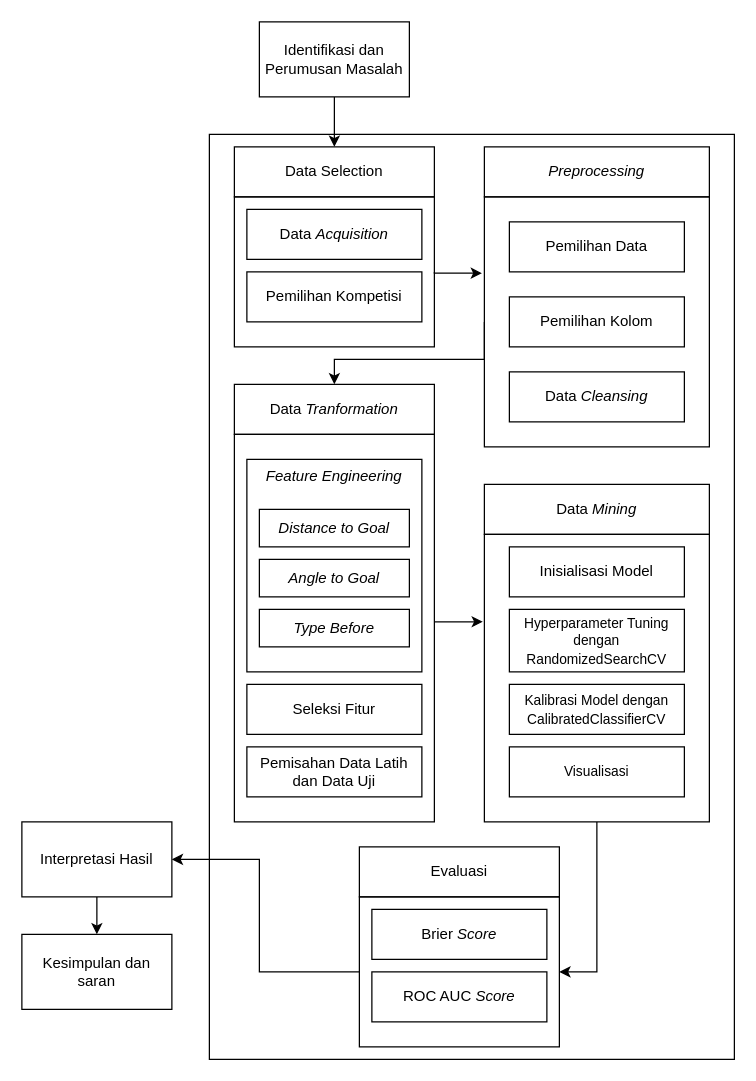
The draw.io diagram diagrams/Tahapan Penelitian.drawio in fadhilra101/skripsi, before the edit. Source tidied: cells renumbered, new cells numbered last; positions are measured from the earlier drawing's top-left corner, leaving out a move shared by most shapes. Both pictures are drawn from the tidied source at 125%, with x=0, y=0 at pixel (21, 21).
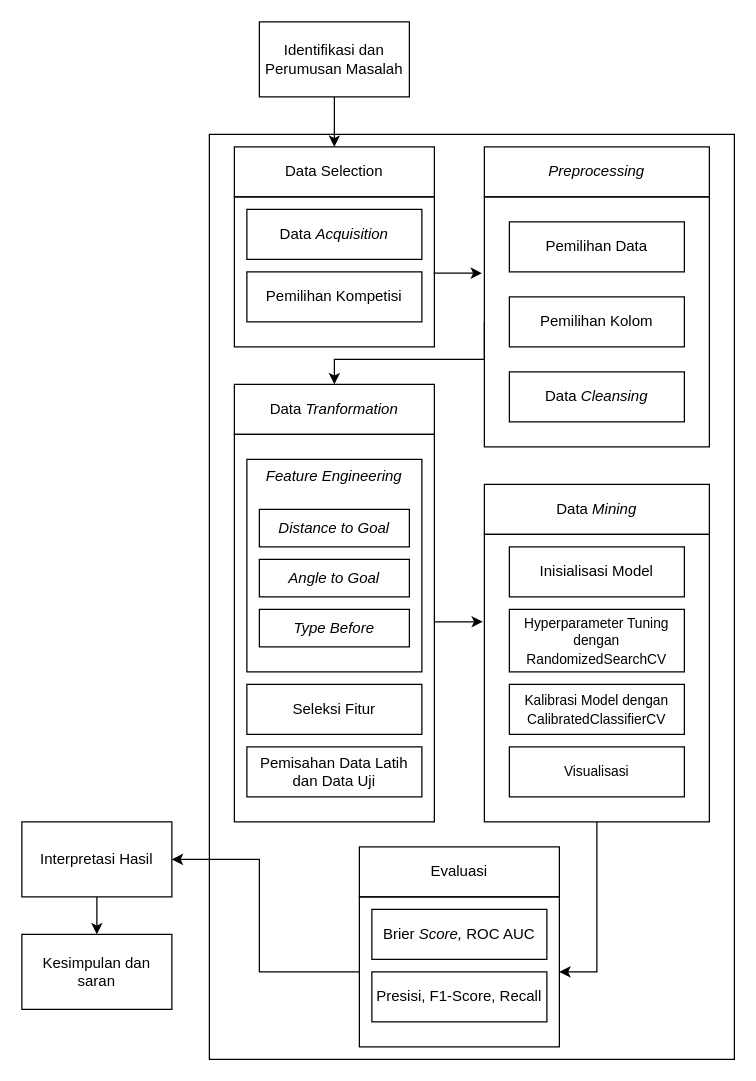
The same page after the edit.

Change to the diagram source:
```diff
@@
-    <mxCell id="20" value="ROC AUC &lt;i&gt;Score&lt;/i&gt;" style="rounded=0;whiteSpace=wrap;html=1;fillColor=none;" parent="1" vertex="1">
+    <mxCell id="20" value="Presisi, F1-Score, Recall" style="rounded=0;whiteSpace=wrap;html=1;fillColor=none;" parent="1" vertex="1">
       <mxGeometry x="280" y="760" width="140" height="40" as="geometry" />
     </mxCell>
-    <mxCell id="21" value="Brier &lt;i&gt;Score&lt;/i&gt;" style="rounded=0;whiteSpace=wrap;html=1;fillColor=none;" parent="1" vertex="1">
+    <mxCell id="21" value="Brier &lt;i&gt;Score,&amp;nbsp;&lt;/i&gt;ROC AUC" style="rounded=0;whiteSpace=wrap;html=1;fillColor=none;" parent="1" vertex="1">
       <mxGeometry x="280" y="710" width="140" height="40" as="geometry" />
     </mxCell>
```
